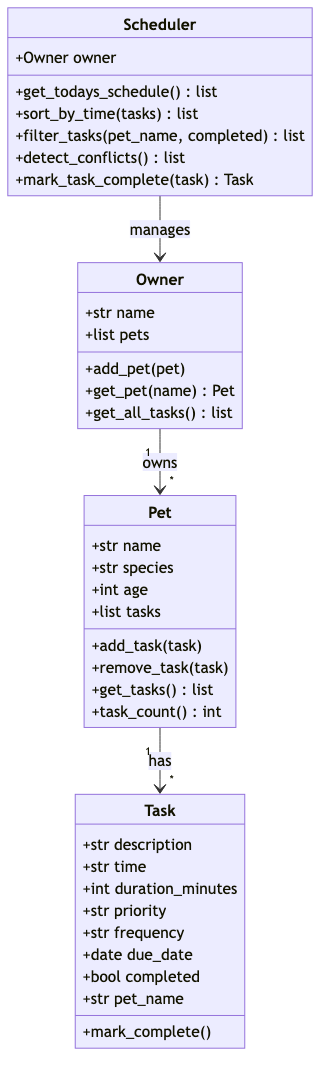
Earlier version of the Mermaid export diagrams/uml_final.png (andrescantero10/ai110-module2show-pawpal-starter). Its source is kept beside it as diagrams/uml_final.mmd.
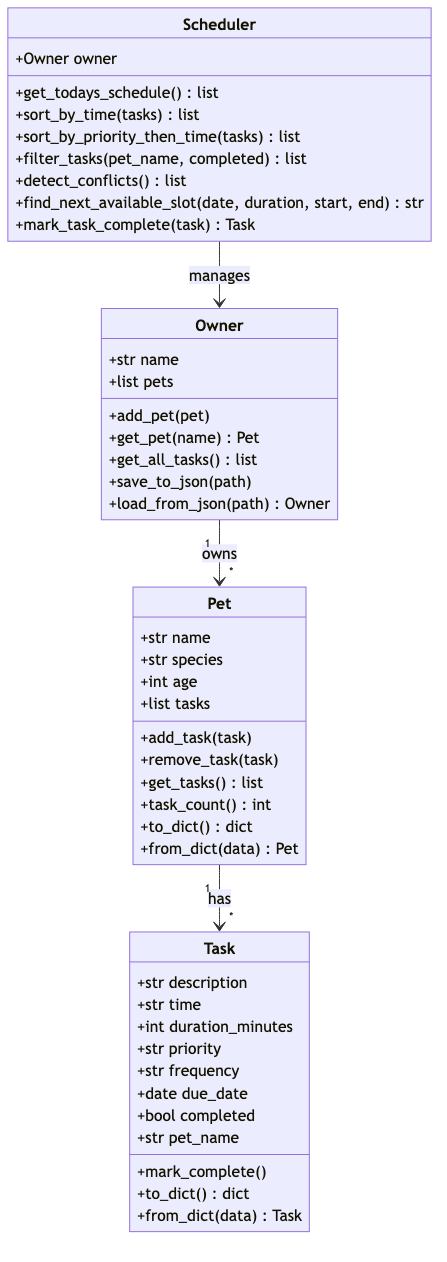
After the change.

Commit message:
docs: update UML to match final implementation with stretch methods

What changed in the source:
```diff
@@ -9,6 +9,8 @@
         +bool completed
         +str pet_name
         +mark_complete()
+        +to_dict() dict
+        +from_dict(data) Task
     }
 
     class Pet {
@@ -20,6 +22,8 @@
         +remove_task(task)
         +get_tasks() list
         +task_count() int
+        +to_dict() dict
+        +from_dict(data) Pet
     }
 
     class Owner {
@@ -28,14 +32,18 @@
         +add_pet(pet)
         +get_pet(name) Pet
         +get_all_tasks() list
+        +save_to_json(path)
+        +load_from_json(path) Owner
     }
 
     class Scheduler {
         +Owner owner
         +get_todays_schedule() list
         +sort_by_time(tasks) list
+        +sort_by_priority_then_time(tasks) list
         +filter_tasks(pet_name, completed) list
         +detect_conflicts() list
+        +find_next_available_slot(date, duration, start, end) str
         +mark_task_complete(task) Task
     }
 
```
